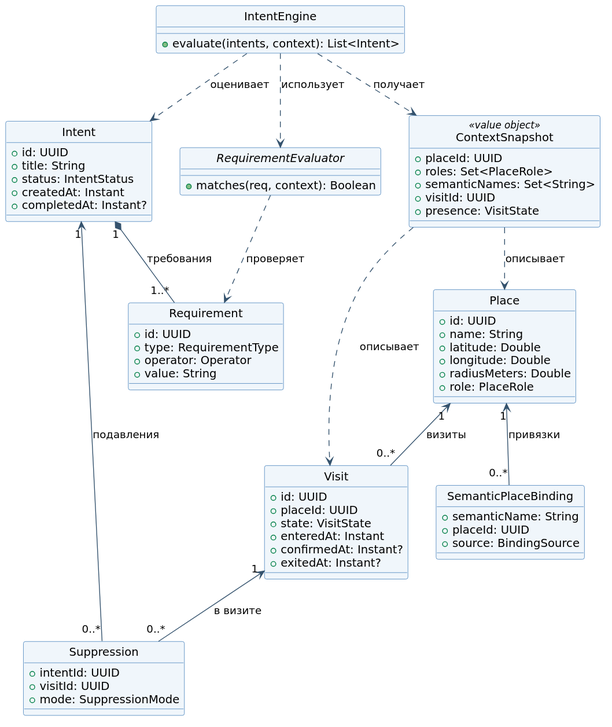
Above: docs/lab-02/diagrams/rendered/03-class.svg in techmo0/GoCue (PlantUML), before the change.
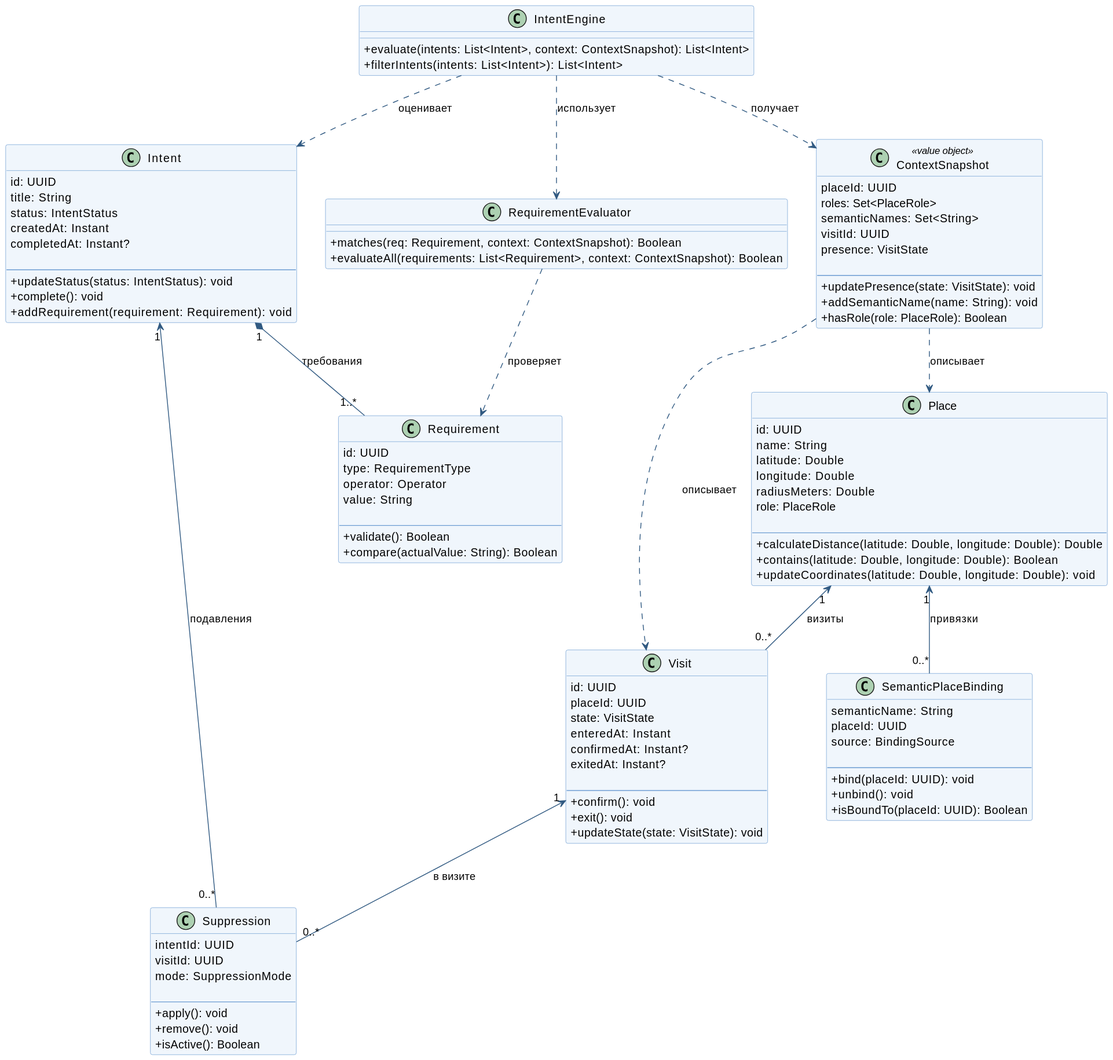
The same diagram one commit later.

Commit message:
Update GoCue class diagram

Change to the diagram source:
```diff
@@ -1,76 +1,126 @@
 @startuml
-skinparam backgroundColor white
-skinparam shadowing false
-skinparam defaultFontName "DejaVu Sans"
+skinparam classAttributeIconSize 0
 skinparam class {
-  BackgroundColor #F0F6FB
-  BorderColor #2D70B2
-  ArrowColor #35536E
+    BackgroundColor #F0F6FC
+    BorderColor #6B9BD2
+    ArrowColor #315A82
 }
-hide circle
+
 
 class Intent {
-  +id: UUID
-  +title: String
-  +status: IntentStatus
-  +createdAt: Instant
-  +completedAt: Instant?
-}
-class Requirement {
-  +id: UUID
-  +type: RequirementType
-  +operator: Operator
-  +value: String
-}
-class Place {
-  +id: UUID
-  +name: String
-  +latitude: Double
-  +longitude: Double
-  +radiusMeters: Double
-  +role: PlaceRole
-}
-class SemanticPlaceBinding {
-  +semanticName: String
-  +placeId: UUID
-  +source: BindingSource
-}
-class Visit {
-  +id: UUID
-  +placeId: UUID
-  +state: VisitState
-  +enteredAt: Instant
-  +confirmedAt: Instant?
-  +exitedAt: Instant?
-}
-class Suppression {
-  +intentId: UUID
-  +visitId: UUID
-  +mode: SuppressionMode
-}
-class ContextSnapshot <<value object>> {
-  +placeId: UUID
-  +roles: Set<PlaceRole>
-  +semanticNames: Set<String>
-  +visitId: UUID
-  +presence: VisitState
-}
-interface RequirementEvaluator {
-  +matches(req, context): Boolean
-}
-class IntentEngine {
-  +evaluate(intents, context): List<Intent>
+    id: UUID
+    title: String
+    status: IntentStatus
+    createdAt: Instant
+    completedAt: Instant?
+
+    --
+    + updateStatus(status: IntentStatus): void
+    + complete(): void
+    + addRequirement(requirement: Requirement): void
 }
 
-Intent "1" *-- "1..*" Requirement : требования
-Place "1" <-- "0..*" Visit : визиты
-Place "1" <-- "0..*" SemanticPlaceBinding : привязки
-Intent "1" <-- "0..*" Suppression : подавления
-Visit "1" <-- "0..*" Suppression : в визите
+class IntentEngine {
+    + evaluate(intents: List<Intent>, context: ContextSnapshot): List<Intent>
+    + filterIntents(intents: List<Intent>): List<Intent>
+}
+
+class RequirementEvaluator {
+    + matches(req: Requirement, context: ContextSnapshot): Boolean
+    + evaluateAll(requirements: List<Requirement>, context: ContextSnapshot): Boolean
+}
+
+class Requirement {
+    id: UUID
+    type: RequirementType
+    operator: Operator
+    value: String
+
+    --
+    + validate(): Boolean
+    + compare(actualValue: String): Boolean
+}
+
+class ContextSnapshot <<value object>> {
+    placeId: UUID
+    roles: Set<PlaceRole>
+    semanticNames: Set<String>
+    visitId: UUID
+    presence: VisitState
+
+    --
+    + updatePresence(state: VisitState): void
+    + addSemanticName(name: String): void
+    + hasRole(role: PlaceRole): Boolean
+}
+
+class Place {
+    id: UUID
+    name: String
+    latitude: Double
+    longitude: Double
+    radiusMeters: Double
+    role: PlaceRole
+
+    --
+    + calculateDistance(latitude: Double, longitude: Double): Double
+    + contains(latitude: Double, longitude: Double): Boolean
+    + updateCoordinates(latitude: Double, longitude: Double): void
+}
+
+class Visit {
+    id: UUID
+    placeId: UUID
+    state: VisitState
+    enteredAt: Instant
+    confirmedAt: Instant?
+    exitedAt: Instant?
+
+    --
+    + confirm(): void
+    + exit(): void
+    + updateState(state: VisitState): void
+}
+
+class SemanticPlaceBinding {
+    semanticName: String
+    placeId: UUID
+    source: BindingSource
+
+    --
+    + bind(placeId: UUID): void
+    + unbind(): void
+    + isBoundTo(placeId: UUID): Boolean
+}
+
+class Suppression {
+    intentId: UUID
+    visitId: UUID
+    mode: SuppressionMode
+
+    --
+    + apply(): void
+    + remove(): void
+    + isActive(): Boolean
+}
+
+
+IntentEngine ..> Intent : оценивает
 IntentEngine ..> RequirementEvaluator : использует
 IntentEngine ..> ContextSnapshot : получает
-IntentEngine ..> Intent : оценивает
+
 RequirementEvaluator ..> Requirement : проверяет
+
+Intent "1" *-- "1..*" Requirement : требования
+
+ContextSnapshot ..> Place : описывает
 ContextSnapshot ..> Visit : описывает
-ContextSnapshot ..> Place : описывает
+
+Place "1" <-- "0..*" Visit : визиты
+
+Place "1" <-- "0..*" SemanticPlaceBinding : привязки
+
+Intent "1" <-- "0..*" Suppression : подавления
+
+Visit "1" <-- "0..*" Suppression : в визите
 @enduml
```
